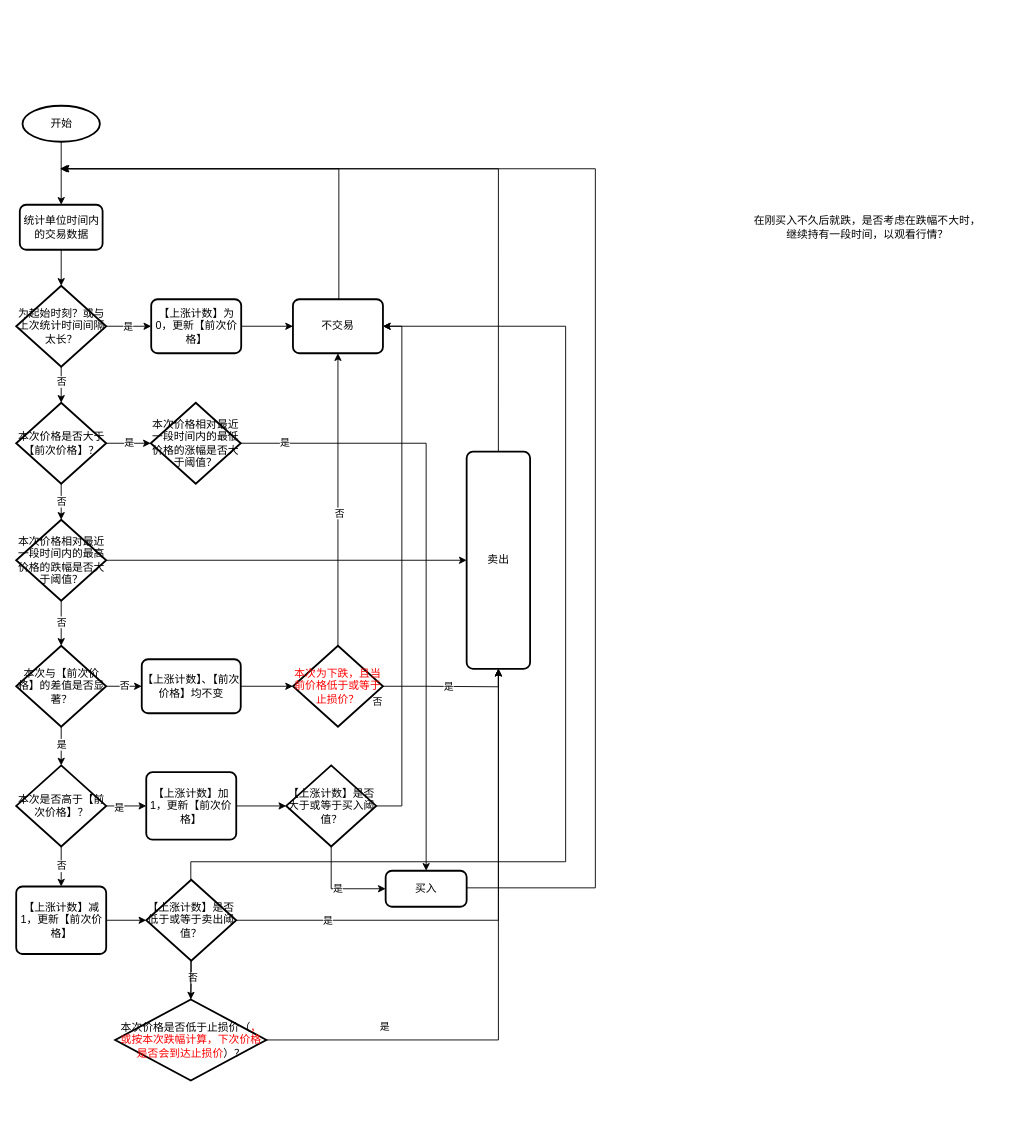
haycheng/draw.io keeps this draw.io diagram as net-count-trading.drawio. Above is the earlier version. Source tidied: cells renumbered, new cells numbered last; positions are measured from the earlier drawing's top-left corner, leaving out a move shared by most shapes. Both pictures are drawn from the tidied source at 90%, with x=0, y=0 at pixel (16, 105).
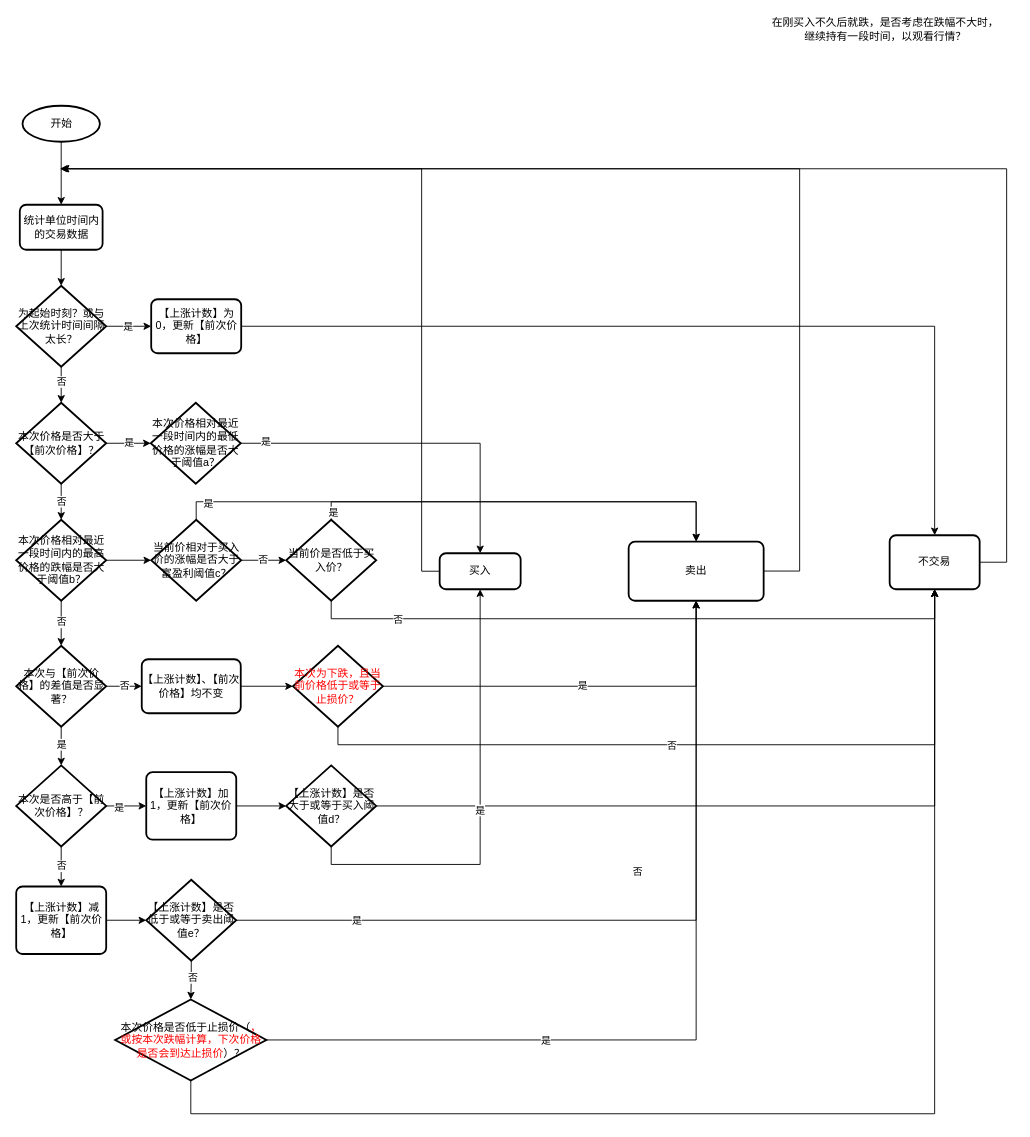
After the change.

Unchanged cells that the change refers to:
```xml
<mxCell id="13" value="【上涨计数】为0，更新【前次价格】" style="rounded=1;whiteSpace=wrap;html=1;absoluteArcSize=1;arcSize=14;strokeWidth=2;" parent="1" vertex="1">
  <mxGeometry x="149.5" y="215" width="100" height="60" as="geometry" />
</mxCell>
<mxCell id="39" style="edgeStyle=orthogonalEdgeStyle;rounded=0;jettySize=auto;html=1;exitX=1;exitY=0.5;exitDx=0;exitDy=0;exitPerimeter=0;entryX=0.5;entryY=1;entryDx=0;entryDy=0;" parent="1" edge="1" source="42" target="48">
  <mxGeometry relative="1" as="geometry" />
</mxCell>
<mxCell id="42" value="本次价格是否低于止损价（&lt;font color=&quot;#ff0000&quot;&gt;，或按本次跌幅计算，下次价格是否会到达止损价&lt;/font&gt;）？" style="strokeWidth=2;html=1;shape=mxgraph.flowchart.decision;whiteSpace=wrap;" parent="1" vertex="1">
  <mxGeometry x="109.5" y="993" width="168" height="90" as="geometry" />
</mxCell>
<mxCell id="46" value="本次为下跌，且当前价格低于或等于止损价？" style="strokeWidth=2;html=1;shape=mxgraph.flowchart.decision;whiteSpace=wrap;fontColor=#FF0000;" parent="1" vertex="1">
  <mxGeometry x="307" y="600" width="100" height="90" as="geometry" />
</mxCell>
```

The edit, as a diff of the source:
```diff
@@
-    <mxCell id="11" style="edgeStyle=orthogonalEdgeStyle;rounded=0;jettySize=auto;html=1;exitX=0.5;exitY=0;exitDx=0;exitDy=0;" parent="1" edge="1" source="14">
+    <mxCell id="11" style="edgeStyle=orthogonalEdgeStyle;rounded=0;jettySize=auto;html=1;exitX=1;exitY=0.5;exitDx=0;exitDy=0;" parent="1" edge="1" source="14">
       <mxGeometry relative="1" as="geometry">
         <mxPoint x="49.5" y="70" as="targetPoint" />
         <Array as="points">
-          <mxPoint x="358" y="70" />
+          <mxPoint x="1100" y="507" />
+          <mxPoint x="1100" y="70" />
         </Array>
       </mxGeometry>
     </mxCell>
-    <mxCell id="12" style="edgeStyle=orthogonalEdgeStyle;rounded=0;jettySize=auto;html=1;exitX=1;exitY=0.5;exitDx=0;exitDy=0;entryX=0;entryY=0.5;entryDx=0;entryDy=0;" parent="1" edge="1" source="13" target="14">
+    <mxCell id="12" style="edgeStyle=orthogonalEdgeStyle;rounded=0;jettySize=auto;html=1;exitX=1;exitY=0.5;exitDx=0;exitDy=0;" parent="1" edge="1" source="13" target="14">
       <mxGeometry relative="1" as="geometry" />
     </mxCell>
@@
     <mxCell id="14" value="不交易" style="rounded=1;whiteSpace=wrap;html=1;absoluteArcSize=1;arcSize=14;strokeWidth=2;" parent="1" vertex="1">
-      <mxGeometry x="307" y="215" width="100" height="60" as="geometry" />
+      <mxGeometry x="970" y="477.2" width="100" height="60" as="geometry" />
     </mxCell>
@@
-    <mxCell id="27" style="edgeStyle=orthogonalEdgeStyle;rounded=0;jettySize=auto;html=1;exitX=1;exitY=0.5;exitDx=0;exitDy=0;exitPerimeter=0;entryX=1;entryY=0.5;entryDx=0;entryDy=0;" parent="1" edge="1" source="30" target="14">
+    <mxCell id="27" style="edgeStyle=orthogonalEdgeStyle;rounded=0;jettySize=auto;html=1;exitX=1;exitY=0.5;exitDx=0;exitDy=0;exitPerimeter=0;entryX=0.5;entryY=1;entryDx=0;entryDy=0;" parent="1" edge="1" source="30" target="14">
       <mxGeometry relative="1" as="geometry">
         <Array as="points">
-          <mxPoint x="428" y="778" />
-          <mxPoint x="428" y="245" />
+          <mxPoint x="1020" y="778" />
         </Array>
       </mxGeometry>
     </mxCell>
@@
-    <mxCell id="29" value="是" style="edgeStyle=orthogonalEdgeStyle;rounded=0;jettySize=auto;html=1;exitX=0.5;exitY=1;exitDx=0;exitDy=0;exitPerimeter=0;entryX=0;entryY=0.5;entryDx=0;entryDy=0;" parent="1" edge="1" source="30" target="32">
+    <mxCell id="29" value="是" style="edgeStyle=orthogonalEdgeStyle;rounded=0;jettySize=auto;html=1;exitX=0.5;exitY=1;exitDx=0;exitDy=0;exitPerimeter=0;" parent="1" edge="1" source="30" target="32">
       <mxGeometry relative="1" as="geometry" />
     </mxCell>
-    <mxCell id="30" value="【上涨计数】是否大于或等于买入阈值？" style="strokeWidth=2;html=1;shape=mxgraph.flowchart.decision;whiteSpace=wrap;" parent="1" vertex="1">
+    <mxCell id="30" value="【上涨计数】是否大于或等于买入阈值d？" style="strokeWidth=2;html=1;shape=mxgraph.flowchart.decision;whiteSpace=wrap;" parent="1" vertex="1">
       <mxGeometry x="299.5" y="733" width="100" height="90" as="geometry" />
     </mxCell>
-    <mxCell id="31" style="edgeStyle=orthogonalEdgeStyle;rounded=0;jettySize=auto;html=1;exitX=1;exitY=0.5;exitDx=0;exitDy=0;" parent="1" edge="1" source="32">
+    <mxCell id="31" style="edgeStyle=orthogonalEdgeStyle;rounded=0;jettySize=auto;html=1;exitX=0;exitY=0.5;exitDx=0;exitDy=0;" parent="1" edge="1" source="32">
       <mxGeometry relative="1" as="geometry">
         <mxPoint x="48" y="70" as="targetPoint" />
         <Array as="points">
-          <mxPoint x="643" y="869" />
-          <mxPoint x="643" y="70" />
+          <mxPoint x="450" y="517" />
+          <mxPoint x="450" y="70" />
         </Array>
       </mxGeometry>
     </mxCell>
     <mxCell id="32" value="买入" style="rounded=1;whiteSpace=wrap;html=1;absoluteArcSize=1;arcSize=14;strokeWidth=2;" parent="1" vertex="1">
-      <mxGeometry x="410" y="850" width="90" height="40" as="geometry" />
+      <mxGeometry x="470" y="497.2" width="90" height="40" as="geometry" />
     </mxCell>
     <mxCell id="33" style="edgeStyle=orthogonalEdgeStyle;rounded=0;jettySize=auto;html=1;entryX=0.5;entryY=1;entryDx=0;entryDy=0;exitX=1;exitY=0.5;exitDx=0;exitDy=0;exitPerimeter=0;" parent="1" edge="1" source="50" target="48">
       <mxGeometry relative="1" as="geometry">
         <Array as="points">
-          <mxPoint x="534.5" y="905" />
+          <mxPoint x="755" y="905" />
         </Array>
       </mxGeometry>
     </mxCell>
@@
     <mxCell id="40" value="是" style="edgeLabel;html=1;align=center;verticalAlign=middle;" parent="39" vertex="1">
       <mxGeometry x="-0.04" relative="1" as="geometry">
-        <mxPoint x="-127" y="49" as="offset" />
+        <mxPoint x="-153" as="offset" />
       </mxGeometry>
     </mxCell>
-    <mxCell id="41" style="edgeStyle=orthogonalEdgeStyle;rounded=0;jettySize=auto;html=1;exitX=0.5;exitY=1;exitDx=0;exitDy=0;exitPerimeter=0;entryX=1;entryY=0.5;entryDx=0;entryDy=0;" parent="1" edge="1" source="42" target="14">
+    <mxCell id="41" style="edgeStyle=orthogonalEdgeStyle;rounded=0;jettySize=auto;html=1;exitX=0.5;exitY=1;exitDx=0;exitDy=0;exitPerimeter=0;entryX=0.5;entryY=1;entryDx=0;entryDy=0;" parent="1" edge="1" source="42" target="14">
       <mxGeometry relative="1" as="geometry">
         <Array as="points">
-          <mxPoint x="194" y="840" />
-          <mxPoint x="610" y="840" />
-          <mxPoint x="610" y="245" />
+          <mxPoint x="194" y="1120" />
+          <mxPoint x="1020" y="1120" />
         </Array>
       </mxGeometry>
     </mxCell>
@@
-    <mxCell id="43" style="edgeStyle=orthogonalEdgeStyle;rounded=0;jettySize=auto;html=1;exitX=0.5;exitY=0;exitDx=0;exitDy=0;exitPerimeter=0;" parent="1" edge="1" source="46" target="14">
-      <mxGeometry relative="1" as="geometry" />
+    <mxCell id="43" style="edgeStyle=orthogonalEdgeStyle;rounded=0;jettySize=auto;html=1;exitX=0.5;exitY=1;exitDx=0;exitDy=0;exitPerimeter=0;" parent="1" edge="1" source="46" target="14">
+      <mxGeometry relative="1" as="geometry">
+        <Array as="points">
+          <mxPoint x="357" y="710" />
+          <mxPoint x="1020" y="710" />
+        </Array>
+      </mxGeometry>
     </mxCell>
@@
-    <mxCell id="47" style="edgeStyle=orthogonalEdgeStyle;rounded=0;jettySize=auto;html=1;exitX=0.5;exitY=0;exitDx=0;exitDy=0;" parent="1" edge="1" source="48">
+    <mxCell id="47" style="edgeStyle=orthogonalEdgeStyle;rounded=0;orthogonalLoop=1;jettySize=auto;html=1;" parent="1" edge="1">
       <mxGeometry relative="1" as="geometry">
+        <mxPoint x="830" y="517" as="sourcePoint" />
         <mxPoint x="50" y="70" as="targetPoint" />
         <Array as="points">
-          <mxPoint x="535" y="70" />
+          <mxPoint x="870" y="517" />
+          <mxPoint x="870" y="70" />
         </Array>
       </mxGeometry>
     </mxCell>
     <mxCell id="48" value="卖出" style="rounded=1;whiteSpace=wrap;html=1;absoluteArcSize=1;arcSize=14;strokeWidth=2;" parent="1" vertex="1">
-      <mxGeometry x="500" y="384.4" width="70.5" height="241.2" as="geometry" />
+      <mxGeometry x="680" y="484.4" width="150" height="65.6" as="geometry" />
     </mxCell>
     <mxCell id="49" value="在刚买入不久后就跌，是否考虑在跌幅不大时，&lt;br&gt;继续持有一段时间，以观看行情？" style="text;html=1;align=center;verticalAlign=middle;strokeColor=none;" parent="1" vertex="1">
-      <mxGeometry x="810" y="120" width="270" height="30" as="geometry" />
+      <mxGeometry x="830" y="-100" width="270" height="30" as="geometry" />
     </mxCell>
-    <mxCell id="50" value="【上涨计数】是否低于或等于卖出阈值？" style="strokeWidth=2;html=1;shape=mxgraph.flowchart.decision;whiteSpace=wrap;" parent="1" vertex="1">
+    <mxCell id="50" value="【上涨计数】是否低于或等于卖出阈值e？" style="strokeWidth=2;html=1;shape=mxgraph.flowchart.decision;whiteSpace=wrap;" parent="1" vertex="1">
       <mxGeometry x="144" y="860" width="100" height="90" as="geometry" />
     </mxCell>
@@
-    <mxCell id="57" value="本次价格相对最近一段时间内的最低价格的涨幅是否大于阈值？" style="strokeWidth=2;html=1;shape=mxgraph.flowchart.decision;whiteSpace=wrap;" parent="1" vertex="1">
+    <mxCell id="57" value="本次价格相对最近一段时间内的最低价格的涨幅是否大于阈值a？" style="strokeWidth=2;html=1;shape=mxgraph.flowchart.decision;whiteSpace=wrap;" parent="1" vertex="1">
       <mxGeometry x="149" y="330" width="100" height="90" as="geometry" />
     </mxCell>
@@
-    <mxCell id="60" style="edgeStyle=orthogonalEdgeStyle;rounded=0;jettySize=auto;html=1;exitX=1;exitY=0.5;exitDx=0;exitDy=0;exitPerimeter=0;entryX=0;entryY=0.5;entryDx=0;entryDy=0;" parent="1" edge="1" source="61" target="48">
-      <mxGeometry relative="1" as="geometry" />
-    </mxCell>
+    <mxCell id="62" style="edgeStyle=orthogonalEdgeStyle;rounded=0;jettySize=auto;html=1;exitX=1;exitY=0.5;exitDx=0;exitDy=0;exitPerimeter=0;entryX=0;entryY=0.5;entryDx=0;entryDy=0;entryPerimeter=0;" parent="1" edge="1" source="61" target="67">
+      <mxGeometry relative="1" as="geometry" />
+    </mxCell>
-    <mxCell id="61" value="本次价格相对最近一段时间内的最高价格的跌幅是否大于阈值？" style="strokeWidth=2;html=1;shape=mxgraph.flowchart.decision;whiteSpace=wrap;" parent="1" vertex="1">
+    <mxCell id="61" value="本次价格相对最近一段时间内的最高价格的跌幅是否大于阈值b？" style="strokeWidth=2;html=1;shape=mxgraph.flowchart.decision;whiteSpace=wrap;" parent="1" vertex="1">
       <mxGeometry x="-0.5" y="460" width="100" height="90" as="geometry" />
     </mxCell>
+    <mxCell id="63" style="edgeStyle=orthogonalEdgeStyle;rounded=0;jettySize=auto;html=1;exitX=0.5;exitY=0;exitDx=0;exitDy=0;exitPerimeter=0;" parent="1" edge="1" source="67">
+      <mxGeometry relative="1" as="geometry">
+        <mxPoint x="755" y="484" as="targetPoint" />
+        <Array as="points">
+          <mxPoint x="200" y="440" />
+          <mxPoint x="755" y="440" />
+        </Array>
+      </mxGeometry>
+    </mxCell>
+    <mxCell id="64" value="是" style="edgeLabel;html=1;align=center;verticalAlign=middle;" parent="63" vertex="1">
+      <mxGeometry x="-0.89" y="-1" relative="1" as="geometry">
+        <mxPoint x="-1" as="offset" />
+      </mxGeometry>
+    </mxCell>
+    <mxCell id="65" style="edgeStyle=orthogonalEdgeStyle;rounded=0;jettySize=auto;html=1;exitX=1;exitY=0.5;exitDx=0;exitDy=0;exitPerimeter=0;entryX=0;entryY=0.5;entryDx=0;entryDy=0;entryPerimeter=0;" parent="1" edge="1" source="67" target="72">
+      <mxGeometry relative="1" as="geometry" />
+    </mxCell>
+    <mxCell id="66" value="否" style="edgeLabel;html=1;align=center;verticalAlign=middle;" parent="65" vertex="1">
+      <mxGeometry x="-0.06" y="1" relative="1" as="geometry" />
+    </mxCell>
+    <mxCell id="67" value="当前价相对于买入价的涨幅是否大于富盈利阈值c？" style="strokeWidth=2;html=1;shape=mxgraph.flowchart.decision;whiteSpace=wrap;" parent="1" vertex="1">
+      <mxGeometry x="149.5" y="460" width="100" height="90" as="geometry" />
+    </mxCell>
+    <mxCell id="68" style="edgeStyle=orthogonalEdgeStyle;rounded=0;jettySize=auto;html=1;exitX=0.5;exitY=0;exitDx=0;exitDy=0;exitPerimeter=0;entryX=0.5;entryY=0;entryDx=0;entryDy=0;" parent="1" edge="1" source="72" target="48">
+      <mxGeometry relative="1" as="geometry" />
+    </mxCell>
+    <mxCell id="69" value="是" style="edgeLabel;html=1;align=center;verticalAlign=middle;" parent="68" vertex="1">
+      <mxGeometry x="-0.96" y="-1" relative="1" as="geometry">
+        <mxPoint x="1" as="offset" />
+      </mxGeometry>
+    </mxCell>
+    <mxCell id="70" style="edgeStyle=orthogonalEdgeStyle;rounded=0;jettySize=auto;html=1;exitX=0.5;exitY=1;exitDx=0;exitDy=0;exitPerimeter=0;entryX=0.5;entryY=1;entryDx=0;entryDy=0;" parent="1" edge="1" source="72" target="14">
+      <mxGeometry relative="1" as="geometry" />
+    </mxCell>
+    <mxCell id="71" value="否" style="edgeLabel;html=1;align=center;verticalAlign=middle;" parent="70" vertex="1">
+      <mxGeometry x="-0.74" relative="1" as="geometry" />
+    </mxCell>
+    <mxCell id="72" value="当前价是否低于买入价？" style="strokeWidth=2;html=1;shape=mxgraph.flowchart.decision;whiteSpace=wrap;" parent="1" vertex="1">
+      <mxGeometry x="299.5" y="460" width="100" height="90" as="geometry" />
+    </mxCell>
```
